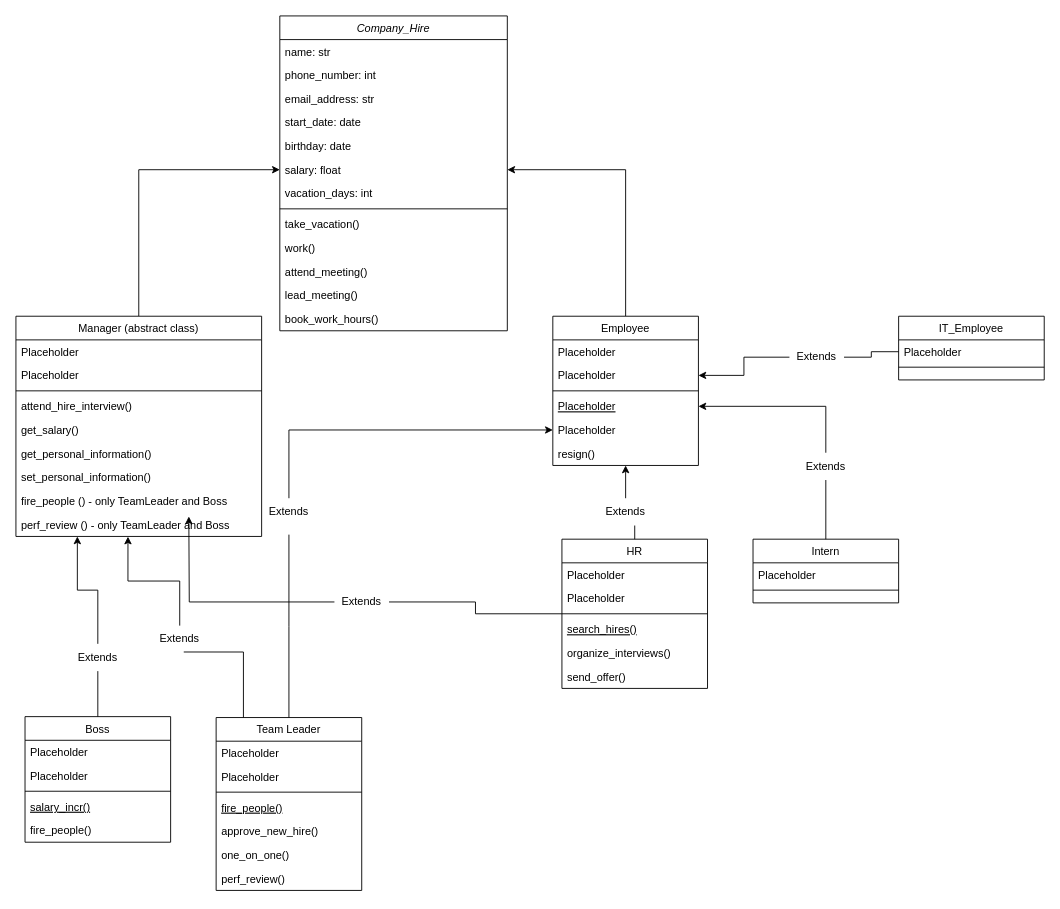
Gaben14/Company_Hierarchy keeps this draw.io diagram as UML.drawio. Above is the earlier version. Source tidied: cells renumbered, new cells numbered last; positions are measured from the earlier drawing's top-left corner, leaving out a move shared by most shapes. Both pictures are drawn from the tidied source at 91%, with x=0, y=0 at pixel (15, 15).
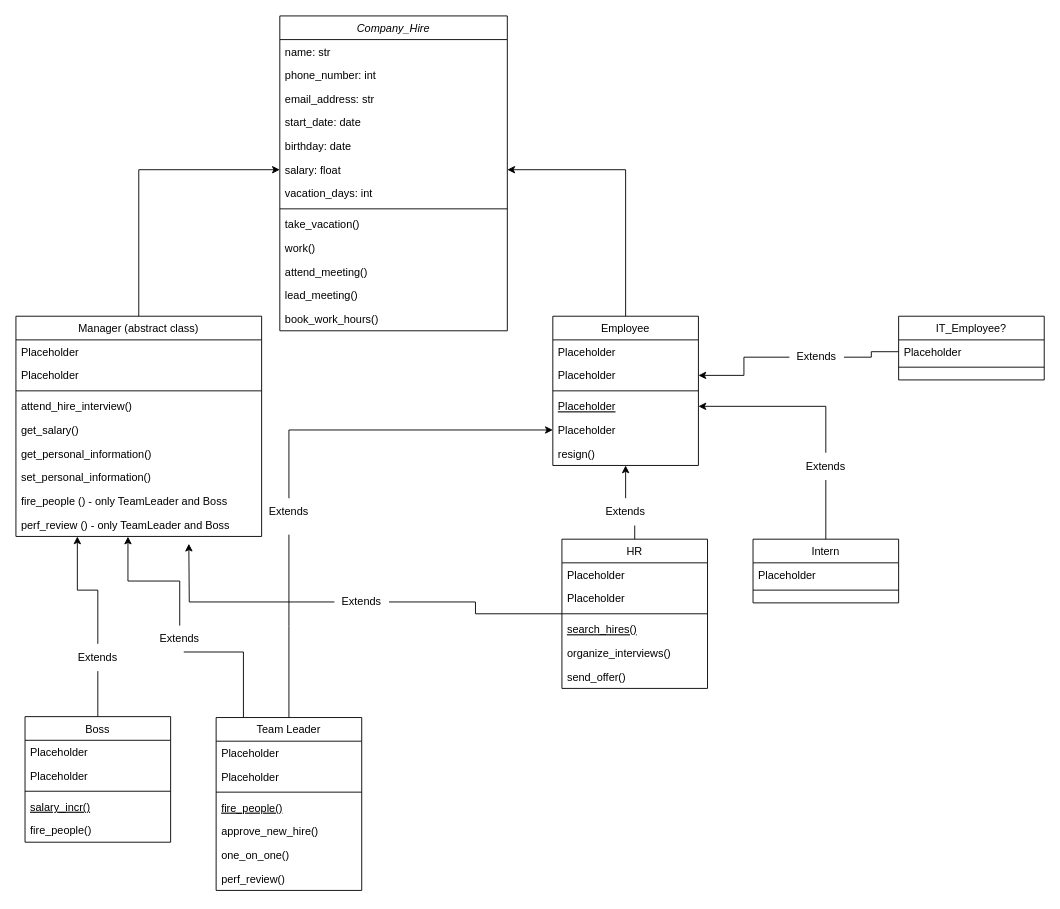
The same diagram, later.

Unchanged cells that the change refers to:
```xml
<mxCell id="70" value="Extends" style="text;html=1;strokeColor=none;fillColor=none;align=center;verticalAlign=middle;whiteSpace=wrap;rounded=0;" parent="1" vertex="1">
  <mxGeometry x="350" y="629" width="60" height="30" as="geometry" />
</mxCell>
```

What changed in the source:
```diff
@@
     <mxCell id="39" style="edgeStyle=orthogonalEdgeStyle;rounded=0;jettySize=auto;html=1;startArrow=none;" parent="1" edge="1" source="70">
       <mxGeometry relative="1" as="geometry">
-        <mxPoint x="190" y="550" as="targetPoint" />
+        <mxPoint x="190" y="580" as="targetPoint" />
       </mxGeometry>
     </mxCell>
@@
-    <mxCell id="77" value="IT_Employee" style="swimlane;fontStyle=0;align=center;verticalAlign=top;horizontal=1;startSize=26;rounded=0;shadow=0;strokeWidth=1;" parent="1" vertex="1">
+    <mxCell id="77" value="IT_Employee?" style="swimlane;fontStyle=0;align=center;verticalAlign=top;horizontal=1;startSize=26;rounded=0;shadow=0;strokeWidth=1;" parent="1" vertex="1">
       <mxGeometry x="970" y="330" width="160" height="70" as="geometry" />
     </mxCell>
```
